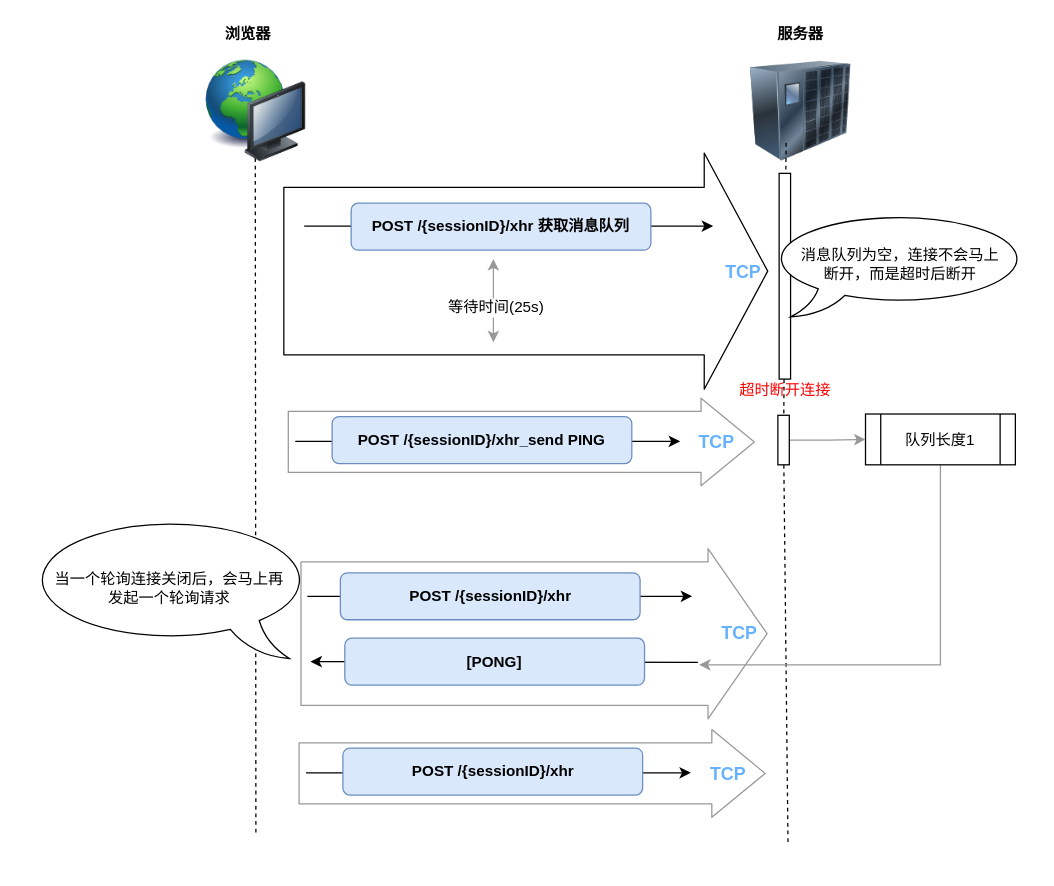
Before: page "polling" (5 of 6) of source/_drawio/sockjs.drawio in ivan-94/bobi.ink, a draw.io diagram. Source tidied: cells renumbered, new cells numbered last; positions are measured from the earlier drawing's top-left corner, leaving out a move shared by most shapes. Both pictures are drawn from the tidied source at 127%, with x=0, y=0 at pixel (25, 22).
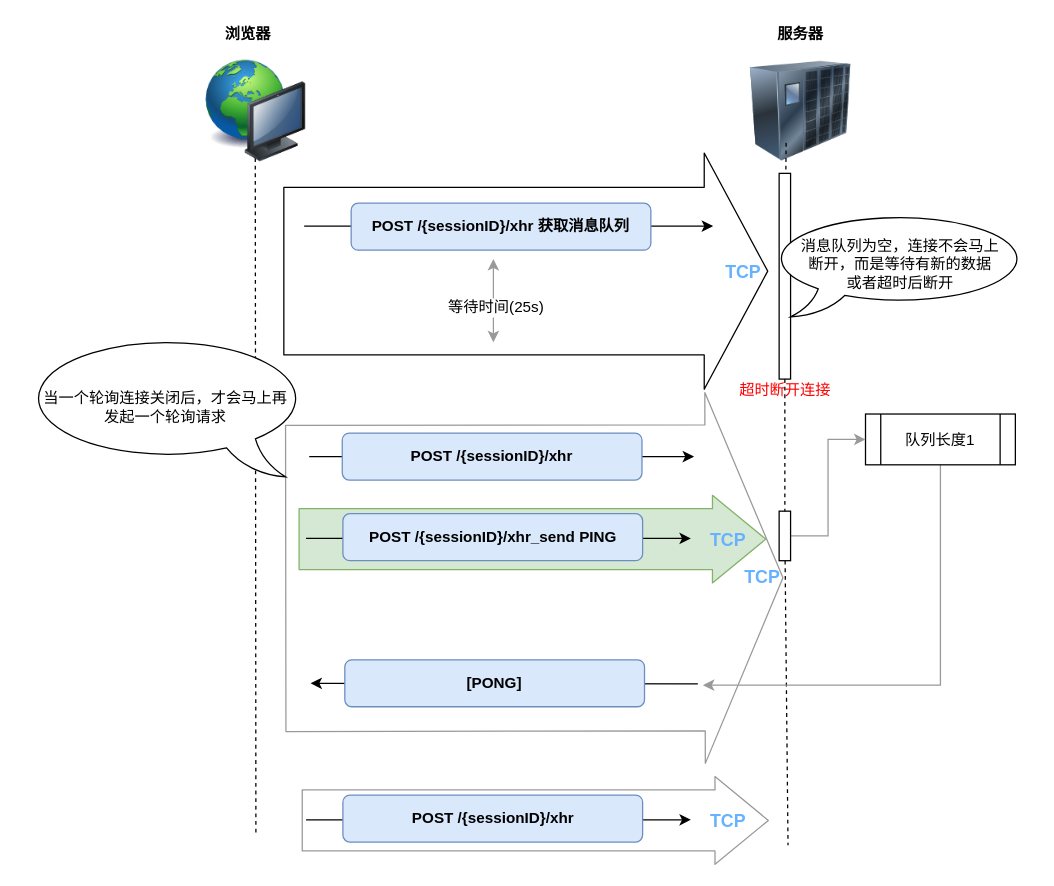
Above is the later version.

Commit message (it also covers changes not shown here):
feat: sockjs 完善轮询

The change refers to these unchanged cells:
```xml
<mxCell id="13" style="group;" parent="12" vertex="1">
  <mxGeometry width="368" height="20" as="geometry" />
</mxCell>
<mxCell id="24" value="队列长度1" style="shape=process;whiteSpace=wrap;html=1;backgroundOutline=1;" parent="1" vertex="1">
  <mxGeometry x="661" y="308.5" width="118" height="40" as="geometry" />
</mxCell>
<mxCell id="31" style="group;" parent="30" vertex="1">
  <mxGeometry width="368" height="20" as="geometry" />
</mxCell>
<mxCell id="38" style="group;" parent="37" vertex="1">
  <mxGeometry width="368" height="20" as="geometry" />
</mxCell>
```

The edit, as a diff of the source:
```diff
@@
+    <mxCell id="39" style="shape=flexArrow;endArrow=classic;html=1;strokeColor=#999999;width=48;endSize=13.67;" parent="1" edge="1">
+      <mxGeometry relative="1" as="geometry">
+        <mxPoint x="217" y="628.5" as="sourcePoint" />
+        <mxPoint x="585" y="628.5" as="targetPoint" />
+      </mxGeometry>
+    </mxCell>
-    <mxCell id="2" style="shape=flexArrow;endArrow=classic;html=1;strokeColor=#999999;width=113;endSize=15.17;" parent="1" edge="1">
+    <mxCell id="2" style="shape=flexArrow;endArrow=classic;html=1;strokeColor=#999999;width=241;endSize=20.11;endWidth=50;" parent="1" edge="1">
       <mxGeometry relative="1" as="geometry">
-        <mxPoint x="216" y="481.5" as="sourcePoint" />
-        <mxPoint x="584" y="481.5" as="targetPoint" />
+        <mxPoint x="204" y="438" as="sourcePoint" />
+        <mxPoint x="596.5" y="437.5" as="targetPoint" />
       </mxGeometry>
     </mxCell>
@@
     <mxCell id="12" style="group;" parent="1" vertex="1">
-      <mxGeometry x="206" y="321" width="368" height="20" as="geometry" />
+      <mxGeometry x="206" y="338" width="368" height="20" as="geometry" />
     </mxCell>
@@
-    <mxCell id="14" style="shape=flexArrow;endArrow=classic;html=1;strokeColor=#999999;width=48;endSize=13.67;" parent="13" edge="1">
-      <mxGeometry relative="1" as="geometry">
-        <mxPoint y="9.5" as="sourcePoint" />
-        <mxPoint x="368" y="9.5" as="targetPoint" />
-      </mxGeometry>
-    </mxCell>
-    <mxCell id="15" value="&lt;font style=&quot;font-size: 14px&quot; color=&quot;#66b2ff&quot;&gt;&lt;b&gt;TCP&lt;/b&gt;&lt;/font&gt;" style="text;html=1;strokeColor=none;fillColor=none;align=center;verticalAlign=middle;whiteSpace=wrap;rounded=0;" parent="13" vertex="1">
-      <mxGeometry x="317.2" width="41.5" height="20" as="geometry" />
-    </mxCell>
-    <mxCell id="16" style="endArrow=classic;html=1;" parent="1" edge="1">
-      <mxGeometry relative="1" as="geometry">
-        <mxPoint x="212" y="330" as="sourcePoint" />
-        <mxPoint x="515" y="330" as="targetPoint" />
-      </mxGeometry>
-    </mxCell>
-    <mxCell id="17" value="&lt;b&gt;POST /{sessionID}/xhr_send PING&lt;/b&gt;" style="rounded=1;whiteSpace=wrap;html=1;fillColor=#dae8fc;strokeColor=#6c8ebf;" parent="1" vertex="1">
-      <mxGeometry x="241" y="310.5" width="236" height="37" as="geometry" />
-    </mxCell>
@@
-    <mxCell id="21" value="消息队列为空，连接不会马上&lt;br&gt;断开，而是超时后断开" style="whiteSpace=wrap;html=1;shape=mxgraph.basic.oval_callout;" parent="1" vertex="1">
+    <mxCell id="21" value="消息队列为空，连接不会马上&lt;br&gt;断开，而是等待有新的数据&lt;br&gt;或者超时后断开" style="whiteSpace=wrap;html=1;shape=mxgraph.basic.oval_callout;" parent="1" vertex="1">
       <mxGeometry x="585" y="150" width="207" height="82" as="geometry" />
     </mxCell>
@@
     <mxCell id="23" style="edgeStyle=orthogonalEdgeStyle;rounded=0;jettySize=auto;html=1;exitX=0.5;exitY=1;exitDx=0;exitDy=0;strokeColor=#999999;" parent="1" edge="1" source="24">
       <mxGeometry relative="1" as="geometry">
-        <mxPoint x="530" y="506" as="targetPoint" />
+        <mxPoint x="533" y="522" as="targetPoint" />
         <Array as="points">
-          <mxPoint x="720" y="506" />
+          <mxPoint x="720" y="522" />
         </Array>
       </mxGeometry>
     </mxCell>
@@
-    <mxCell id="25" style="edgeStyle=orthogonalEdgeStyle;rounded=0;jettySize=auto;html=1;exitX=1;exitY=0.5;exitDx=0;exitDy=0;strokeColor=#999999;" parent="1" edge="1" source="26" target="24">
+    <mxCell id="25" style="edgeStyle=orthogonalEdgeStyle;rounded=0;jettySize=auto;html=1;exitX=1;exitY=0.5;exitDx=0;exitDy=0;strokeColor=#999999;entryX=0;entryY=0.5;entryDx=0;entryDy=0;" parent="1" edge="1" source="26" target="24">
       <mxGeometry relative="1" as="geometry" />
     </mxCell>
     <mxCell id="26" style="rounded=0;whiteSpace=wrap;html=1;" parent="1" vertex="1">
-      <mxGeometry x="592" y="309.5" width="9" height="39" as="geometry" />
+      <mxGeometry x="593" y="385" width="9" height="39" as="geometry" />
     </mxCell>
@@
     <mxCell id="30" style="group;" parent="1" vertex="1">
-      <mxGeometry x="224" y="470.5" width="368" height="20" as="geometry" />
+      <mxGeometry x="241.5" y="405" width="368" height="20" as="geometry" />
     </mxCell>
@@
     <mxCell id="32" value="&lt;font style=&quot;font-size: 14px&quot; color=&quot;#66b2ff&quot;&gt;&lt;b&gt;TCP&lt;/b&gt;&lt;/font&gt;" style="text;html=1;strokeColor=none;fillColor=none;align=center;verticalAlign=middle;whiteSpace=wrap;rounded=0;" parent="31" vertex="1">
-      <mxGeometry x="317.2" width="41.5" height="20" as="geometry" />
+      <mxGeometry x="317.2" y="22" width="41.5" height="20" as="geometry" />
     </mxCell>
     <mxCell id="33" style="endArrow=classic;html=1;" parent="1" edge="1">
       <mxGeometry relative="1" as="geometry">
-        <mxPoint x="221.5" y="452" as="sourcePoint" />
-        <mxPoint x="524.5" y="452" as="targetPoint" />
+        <mxPoint x="223" y="342" as="sourcePoint" />
+        <mxPoint x="526" y="342" as="targetPoint" />
       </mxGeometry>
     </mxCell>
     <mxCell id="34" value="&lt;b&gt;POST /{sessionID}/xhr&lt;/b&gt;" style="rounded=1;whiteSpace=wrap;html=1;fillColor=#dae8fc;strokeColor=#6c8ebf;" parent="1" vertex="1">
-      <mxGeometry x="247.5" y="433.5" width="236" height="37" as="geometry" />
+      <mxGeometry x="249" y="323.5" width="236" height="37" as="geometry" />
     </mxCell>
     <mxCell id="35" style="endArrow=classic;html=1;" parent="1" edge="1">
       <mxGeometry relative="1" as="geometry">
-        <mxPoint x="529" y="504" as="sourcePoint" />
-        <mxPoint x="224" y="503.5" as="targetPoint" />
+        <mxPoint x="529" y="521" as="sourcePoint" />
+        <mxPoint x="224" y="520.5" as="targetPoint" />
       </mxGeometry>
     </mxCell>
     <mxCell id="36" value="&lt;b&gt;[PONG]&lt;/b&gt;" style="rounded=1;whiteSpace=wrap;html=1;fillColor=#dae8fc;strokeColor=#6c8ebf;" parent="1" vertex="1">
-      <mxGeometry x="251" y="485" width="236" height="37" as="geometry" />
+      <mxGeometry x="251" y="502" width="236" height="37" as="geometry" />
     </mxCell>
+    <mxCell id="43" value="当一个轮询连接关闭后，才会马上再&lt;br&gt;发起一个轮询请求" style="whiteSpace=wrap;html=1;shape=mxgraph.basic.oval_callout;flipH=1;" parent="1" vertex="1">
+      <mxGeometry x="-3" y="247" width="226" height="111" as="geometry" />
+    </mxCell>
     <mxCell id="37" style="group;" parent="1" vertex="1">
-      <mxGeometry x="214.5" y="582" width="368" height="20" as="geometry" />
+      <mxGeometry x="214.5" y="619" width="368" height="20" as="geometry" />
     </mxCell>
@@
-    <mxCell id="39" style="shape=flexArrow;endArrow=classic;html=1;strokeColor=#999999;width=48;endSize=13.67;" parent="38" edge="1">
-      <mxGeometry relative="1" as="geometry">
-        <mxPoint y="9.5" as="sourcePoint" />
-        <mxPoint x="368" y="9.5" as="targetPoint" />
-      </mxGeometry>
-    </mxCell>
@@
     <mxCell id="41" style="endArrow=classic;html=1;" parent="1" edge="1">
       <mxGeometry relative="1" as="geometry">
-        <mxPoint x="220.5" y="591" as="sourcePoint" />
-        <mxPoint x="523.5" y="591" as="targetPoint" />
+        <mxPoint x="220.5" y="628" as="sourcePoint" />
+        <mxPoint x="523.5" y="628" as="targetPoint" />
       </mxGeometry>
     </mxCell>
+    <mxCell id="14" style="shape=flexArrow;endArrow=classic;html=1;strokeColor=#82b366;width=48;endSize=13.67;fillColor=#d5e8d4;" parent="1" edge="1">
+      <mxGeometry relative="1" as="geometry">
+        <mxPoint x="214.5" y="407" as="sourcePoint" />
+        <mxPoint x="583" y="407" as="targetPoint" />
+      </mxGeometry>
+    </mxCell>
+    <mxCell id="15" value="&lt;font style=&quot;font-size: 14px&quot; color=&quot;#66b2ff&quot;&gt;&lt;b&gt;TCP&lt;/b&gt;&lt;/font&gt;" style="text;html=1;strokeColor=none;fillColor=none;align=center;verticalAlign=middle;whiteSpace=wrap;rounded=0;" parent="1" vertex="1">
+      <mxGeometry x="531.7" y="397.5" width="41.5" height="20" as="geometry" />
+    </mxCell>
+    <mxCell id="16" style="endArrow=classic;html=1;" parent="1" edge="1">
+      <mxGeometry relative="1" as="geometry">
+        <mxPoint x="220.5" y="406.5" as="sourcePoint" />
+        <mxPoint x="523.5" y="406.5" as="targetPoint" />
+      </mxGeometry>
+    </mxCell>
+    <mxCell id="17" value="&lt;b&gt;POST /{sessionID}/xhr_send PING&lt;/b&gt;" style="rounded=1;whiteSpace=wrap;html=1;fillColor=#dae8fc;strokeColor=#6c8ebf;" parent="1" vertex="1">
+      <mxGeometry x="249.5" y="387" width="236" height="37" as="geometry" />
+    </mxCell>
     <mxCell id="42" value="&lt;b&gt;POST /{sessionID}/xhr&lt;/b&gt;" style="rounded=1;whiteSpace=wrap;html=1;fillColor=#dae8fc;strokeColor=#6c8ebf;" parent="1" vertex="1">
-      <mxGeometry x="249.5" y="571.5" width="236" height="37" as="geometry" />
+      <mxGeometry x="249.5" y="608.5" width="236" height="37" as="geometry" />
     </mxCell>
-    <mxCell id="43" value="当一个轮询连接关闭后，会马上再&lt;br&gt;发起一个轮询请求" style="whiteSpace=wrap;html=1;shape=mxgraph.basic.oval_callout;flipH=1;" parent="1" vertex="1">
-      <mxGeometry y="390" width="226" height="111" as="geometry" />
-    </mxCell>
```
